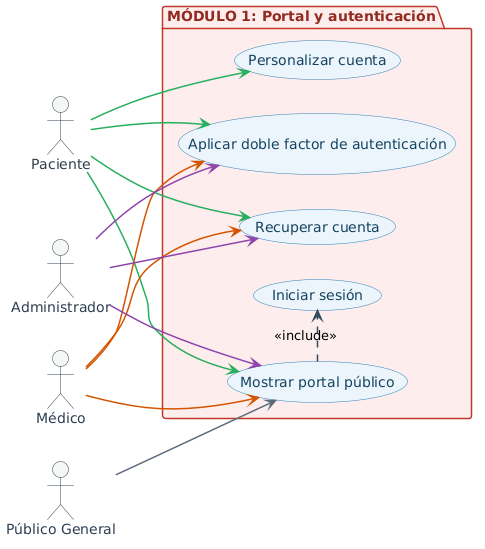
Earlier version of the PlantUML export docs/diagrams/casos_de_uso/renders/modulo_1_autenticacion.png (aron-quito/si-salud).
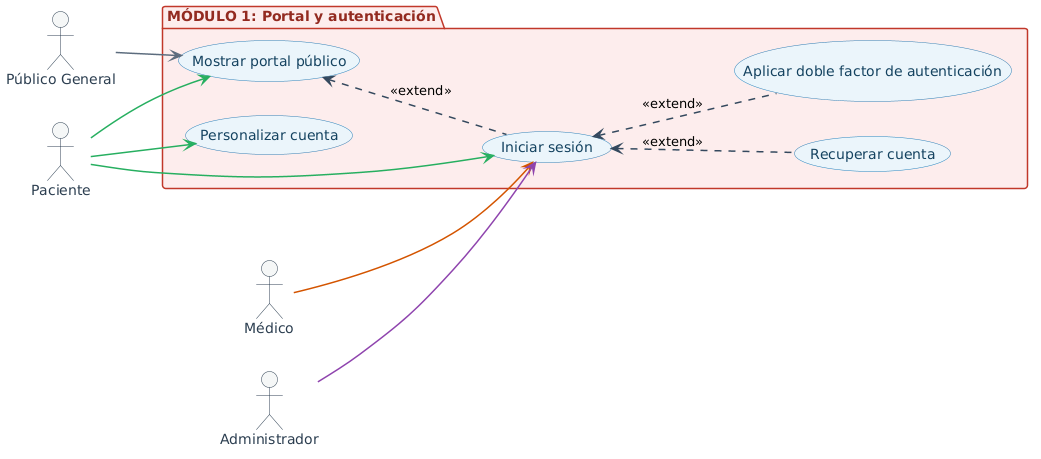
Later version of the same file.

Diff of the diagram source:
```diff
@@ -37,20 +37,17 @@
   usecase "Personalizar cuenta" as UC4
 }
 
-UC1 .> UC2 : <<include>>
+UC1 <.. UC2 : <<extend>>
+UC2 <.. UC5 : <<extend>>
+UC2 <.. UC3 : <<extend>>
 
 Pub -[#5D6D7E]-> UC1
 
 Pac -[#27AE60]-> UC1
-Pac -[#27AE60]-> UC3
-Pac -[#27AE60]-> UC5
+Pac -[#27AE60]-> UC2
 Pac -[#27AE60]-> UC4
 
-Med -[#D35400]-> UC1
-Med -[#D35400]-> UC3
-Med -[#D35400]-> UC5
+Med -[#D35400]-> UC2
 
-Adm -[#8E44AD]-> UC1
-Adm -[#8E44AD]-> UC3
-Adm -[#8E44AD]-> UC5
+Adm -[#8E44AD]-> UC2
 @enduml
```
